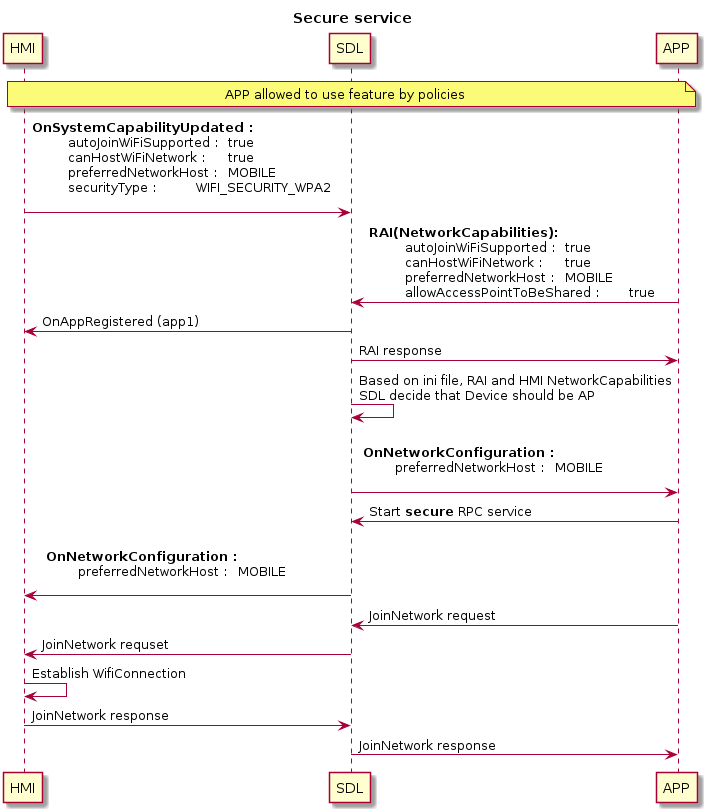
The PlantUML diagram assets/proposals/0245-sharing-wifi-ssid-and-password/secure_service.png in smartdevicelink/sdl_evolution, before a commit. Its diagram source:
```plantuml
@startuml
!pragma teoz true

title Secure service

participant HMI
participant SDL
participant APP

note over HMI, APP: APP allowed to use feature by policies


HMI -> SDL : <b>OnSystemCapabilityUpdated : \n\t autoJoinWiFiSupported : \t true \n\t canHostWiFiNetwork : \t true \n\t preferredNetworkHost : \t MOBILE \n\t securityType : \t WIFI_SECURITY_WPA2 \n
APP -> SDL : <b>RAI(NetworkCapabilities): \n\t autoJoinWiFiSupported : \t true \n\t canHostWiFiNetwork : \t true \n\t preferredNetworkHost : \t MOBILE \n\t allowAccessPointToBeShared : \t true

SDL -> HMI : OnAppRegistered (app1)
SDL -> APP : RAI response

SDL -> SDL : Based on ini file, RAI and HMI NetworkCapabilities\nSDL decide that Device should be AP

SDL -> APP:  \n <b>OnNetworkConfiguration : \n\t preferredNetworkHost : \t MOBILE \n
APP -> SDL : Start **secure** RPC service


SDL -> HMI:  \n <b>OnNetworkConfiguration : \n\t preferredNetworkHost : \t MOBILE \n

APP -> SDL : JoinNetwork request
SDL -> HMI : JoinNetwork requset
HMI -> HMI : Establish WifiConnection
HMI -> SDL : JoinNetwork response
SDL -> APP : JoinNetwork response


@enduml
```
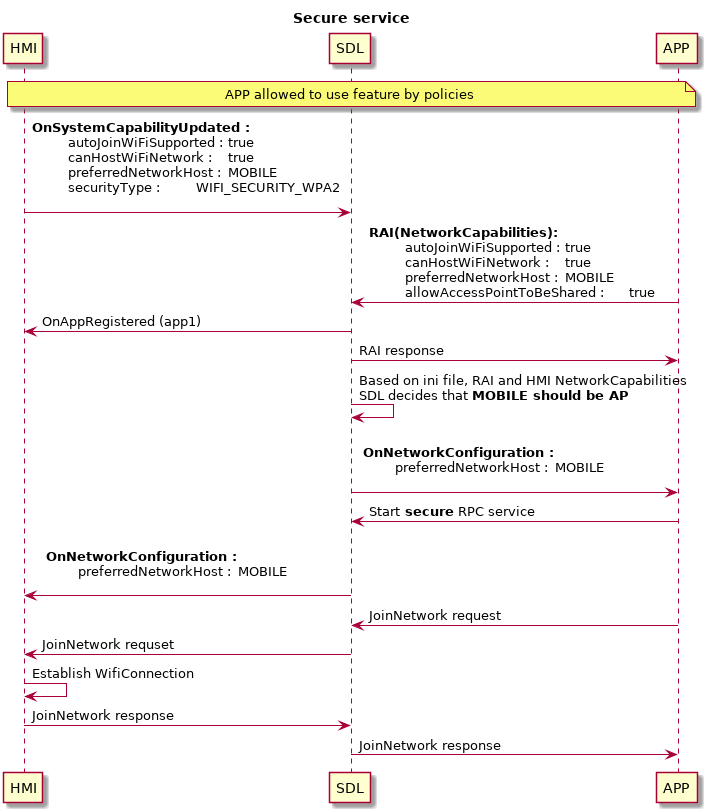
After the change.

Change to the diagram source:
```diff
@@ -16,7 +16,7 @@
 SDL -> HMI : OnAppRegistered (app1)
 SDL -> APP : RAI response
 
-SDL -> SDL : Based on ini file, RAI and HMI NetworkCapabilities\nSDL decide that Device should be AP
+SDL -> SDL : Based on ini file, RAI and HMI NetworkCapabilities\nSDL decides that **MOBILE should be AP**
 
 SDL -> APP:  \n <b>OnNetworkConfiguration : \n\t preferredNetworkHost : \t MOBILE \n
 APP -> SDL : Start **secure** RPC service
```
